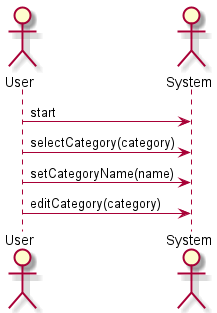
The PlantUML diagram src/diagrams_operations/diagrams_operations_img/edit_category.png in drDeepl/purchased-products-app-nest, before a commit.
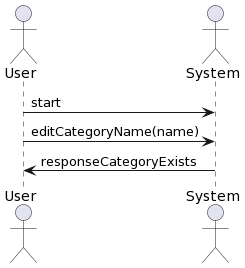
Above is the later version.

The edit, as a diff of the source:
```diff
@@ -1,14 +1,9 @@
-@startuml edit_category
-
+@startuml
 skinparam backgroundColor #FFFFFF
-
-
 actor User
 actor System
 
 User -> System: start
-User -> System: selectCategory(category)
-User -> System: setCategoryName(name)
-User -> System: editCategory(category)
-
+User -> System: editCategoryName(name)
+System -> User: responseCategoryExists
 @enduml
```
